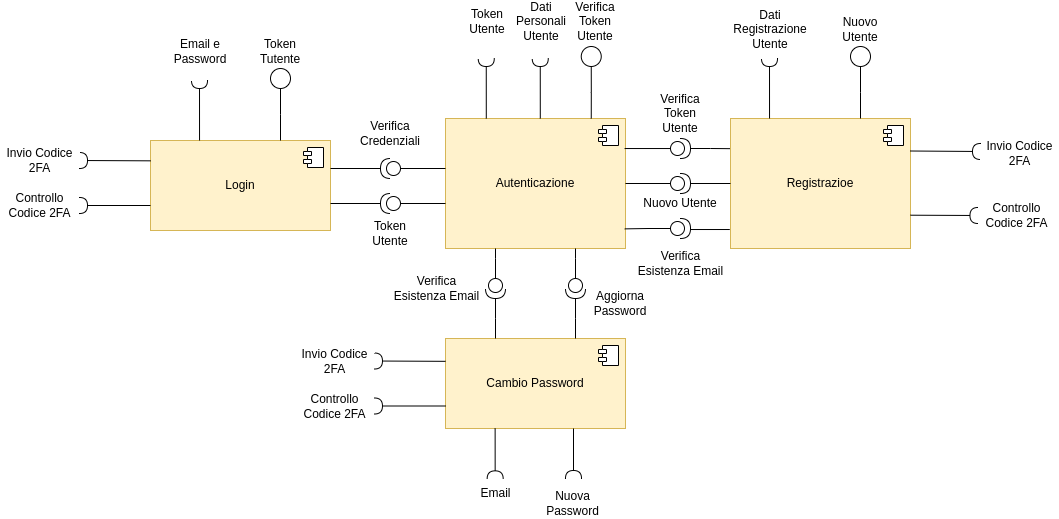
Earlier version of the draw.io export second-deliverable/images/autenticazione_diagramma_dei_componenti.png (IS-FixMi/Documentation-Source). Source tidied: cells renumbered, new cells last; positions are measured from the earlier drawing's top-left corner, leaving out a move shared by most shapes.
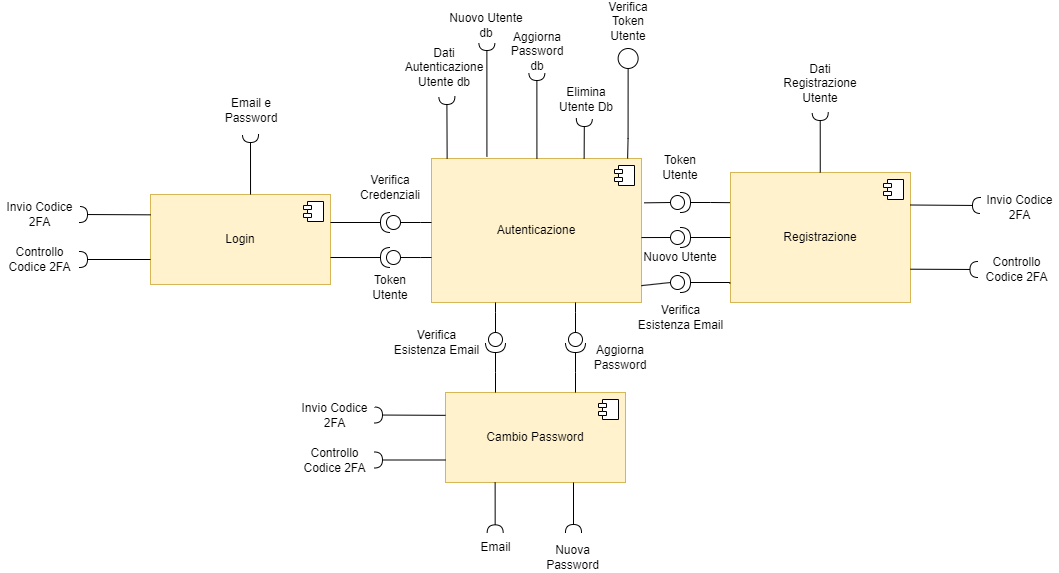
Later version of the same file.

Change to the diagram source:
```diff
@@ -3,7 +3,7 @@
     <mxCell id="0" />
     <mxCell id="1" parent="0" />
     <mxCell id="2" value="Autenticazione" style="html=1;whiteSpace=wrap;fillColor=#fff2cc;strokeColor=#d6b656;" parent="1" vertex="1">
-      <mxGeometry x="445" y="112" width="180" height="130" as="geometry" />
+      <mxGeometry x="431" y="98" width="210" height="144" as="geometry" />
     </mxCell>
     <mxCell id="3" style="shape=module;jettyWidth=8;jettyHeight=4;" parent="2" vertex="1">
       <mxGeometry x="1" width="20" height="20" relative="1" as="geometry">
@@ -26,7 +26,7 @@
         <mxPoint x="-27" y="7" as="offset" />
       </mxGeometry>
     </mxCell>
-    <mxCell id="8" value="Registrazioe" style="html=1;whiteSpace=wrap;fillColor=#fff2cc;strokeColor=#d6b656;" parent="1" vertex="1">
+    <mxCell id="8" value="Registrazione" style="html=1;whiteSpace=wrap;fillColor=#fff2cc;strokeColor=#d6b656;" parent="1" vertex="1">
       <mxGeometry x="730" y="112" width="180" height="130" as="geometry" />
     </mxCell>
     <mxCell id="9" style="shape=module;jettyWidth=8;jettyHeight=4;" parent="8" vertex="1">
@@ -37,39 +37,27 @@
     <mxCell id="10" style="ellipse;whiteSpace=wrap;html=1;align=center;fillColor=none;strokeColor=none;perimeter=centerPerimeter;" parent="1" vertex="1">
       <mxGeometry x="525.8" y="72" width="10" height="10" as="geometry" />
     </mxCell>
-    <mxCell id="11" style="rounded=0;orthogonalLoop=1;jettySize=auto;html=1;endArrow=halfCircle;endFill=0;endSize=6;strokeWidth=1;sketch=0;fontSize=12;curved=1;exitX=0.328;exitY=0;exitDx=0;exitDy=0;exitPerimeter=0;" parent="1" edge="1">
-      <mxGeometry relative="1" as="geometry">
-        <mxPoint x="485.8" y="112" as="sourcePoint" />
-        <mxPoint x="485.8" y="52" as="targetPoint" />
-      </mxGeometry>
-    </mxCell>
-    <mxCell id="12" value="Token Utente" style="text;html=1;strokeColor=none;fillColor=none;align=center;verticalAlign=middle;whiteSpace=wrap;rounded=0;" parent="1" vertex="1">
-      <mxGeometry x="456.8" width="60" height="30" as="geometry" />
-    </mxCell>
     <mxCell id="13" style="shape=providedRequiredInterface;html=1;verticalLabelPosition=bottom;sketch=0;" parent="1" vertex="1">
       <mxGeometry x="670" y="132" width="20" height="20" as="geometry" />
     </mxCell>
     <mxCell id="14" style="edgeStyle=orthogonalEdgeStyle;rounded=0;jettySize=auto;html=1;entryX=-0.003;entryY=0.232;entryDx=0;entryDy=0;endArrow=none;endFill=0;entryPerimeter=0;" parent="1" edge="1" source="13" target="8">
       <mxGeometry relative="1" as="geometry" />
     </mxCell>
-    <mxCell id="15" style="edgeStyle=orthogonalEdgeStyle;rounded=0;jettySize=auto;html=1;endArrow=none;endFill=0;entryX=0.995;entryY=0.231;entryDx=0;entryDy=0;entryPerimeter=0;" parent="1" edge="1" source="13" target="2">
-      <mxGeometry relative="1" as="geometry" />
-    </mxCell>
-    <mxCell id="16" value="Verifica Token Utente" style="text;html=1;strokeColor=none;fillColor=none;align=center;verticalAlign=middle;whiteSpace=wrap;rounded=0;" parent="1" vertex="1">
+    <mxCell id="16" value="Token Utente" style="text;html=1;strokeColor=none;fillColor=none;align=center;verticalAlign=middle;whiteSpace=wrap;rounded=0;" parent="1" vertex="1">
       <mxGeometry x="650" y="92" width="60" height="30" as="geometry" />
     </mxCell>
-    <mxCell id="17" style="rounded=0;orthogonalLoop=1;jettySize=auto;html=1;endArrow=halfCircle;endFill=0;endSize=6;strokeWidth=1;sketch=0;fontSize=12;curved=1;exitX=0.328;exitY=0;exitDx=0;exitDy=0;exitPerimeter=0;" parent="1" edge="1">
+    <mxCell id="17" style="rounded=0;orthogonalLoop=1;jettySize=auto;html=1;endArrow=halfCircle;endFill=0;endSize=6;strokeWidth=1;sketch=0;fontSize=12;curved=1;" parent="1" edge="1">
       <mxGeometry relative="1" as="geometry">
-        <mxPoint x="539.8" y="112" as="sourcePoint" />
-        <mxPoint x="539.8" y="52" as="targetPoint" />
+        <mxPoint x="446.6" y="98" as="sourcePoint" />
+        <mxPoint x="446.4" y="36" as="targetPoint" />
       </mxGeometry>
     </mxCell>
-    <mxCell id="18" value="Dati Personali Utente" style="text;html=1;strokeColor=none;fillColor=none;align=center;verticalAlign=middle;whiteSpace=wrap;rounded=0;" parent="1" vertex="1">
-      <mxGeometry x="510.8" width="60" height="30" as="geometry" />
+    <mxCell id="18" value="Dati&lt;br&gt;Autenticazione&lt;br&gt;Utente db" style="text;html=1;strokeColor=none;fillColor=none;align=center;verticalAlign=middle;whiteSpace=wrap;rounded=0;" parent="1" vertex="1">
+      <mxGeometry x="403.9" y="-12" width="80" height="38" as="geometry" />
     </mxCell>
     <mxCell id="19" style="edgeStyle=orthogonalEdgeStyle;rounded=0;jettySize=auto;html=1;endArrow=none;endFill=0;" parent="1" edge="1" source="21">
       <mxGeometry relative="1" as="geometry">
-        <mxPoint x="445" y="162" as="targetPoint" />
+        <mxPoint x="431" y="162" as="targetPoint" />
       </mxGeometry>
     </mxCell>
     <mxCell id="20" style="edgeStyle=orthogonalEdgeStyle;rounded=0;jettySize=auto;html=1;endArrow=none;endFill=0;" parent="1" edge="1" source="21">
@@ -92,9 +80,6 @@
     <mxCell id="25" style="edgeStyle=orthogonalEdgeStyle;rounded=0;jettySize=auto;html=1;entryX=0;entryY=0.5;entryDx=0;entryDy=0;endArrow=none;endFill=0;" parent="1" edge="1" source="23" target="8">
       <mxGeometry relative="1" as="geometry" />
     </mxCell>
-    <mxCell id="26" style="edgeStyle=orthogonalEdgeStyle;rounded=0;jettySize=auto;html=1;entryX=1;entryY=0.5;entryDx=0;entryDy=0;endArrow=none;endFill=0;" parent="1" edge="1" source="23" target="2">
-      <mxGeometry relative="1" as="geometry" />
-    </mxCell>
     <mxCell id="27" style="shape=providedRequiredInterface;html=1;verticalLabelPosition=bottom;sketch=0;" parent="1" vertex="1">
       <mxGeometry x="670" y="212" width="20" height="20" as="geometry" />
     </mxCell>
@@ -105,20 +90,17 @@
         </Array>
       </mxGeometry>
     </mxCell>
-    <mxCell id="29" style="edgeStyle=orthogonalEdgeStyle;rounded=0;jettySize=auto;html=1;entryX=0.996;entryY=0.849;entryDx=0;entryDy=0;entryPerimeter=0;endArrow=none;endFill=0;" parent="1" edge="1" source="27" target="2">
-      <mxGeometry relative="1" as="geometry" />
-    </mxCell>
     <mxCell id="30" value="Verifica Esistenza Email" style="text;html=1;strokeColor=none;fillColor=none;align=center;verticalAlign=middle;whiteSpace=wrap;rounded=0;" parent="1" vertex="1">
       <mxGeometry x="633.8" y="242" width="92.5" height="30" as="geometry" />
     </mxCell>
     <mxCell id="31" style="rounded=0;orthogonalLoop=1;jettySize=auto;html=1;endArrow=halfCircle;endFill=0;endSize=6;strokeWidth=1;sketch=0;fontSize=12;curved=1;exitX=0.328;exitY=0;exitDx=0;exitDy=0;exitPerimeter=0;" parent="1" edge="1">
       <mxGeometry relative="1" as="geometry">
-        <mxPoint x="199" y="134" as="sourcePoint" />
-        <mxPoint x="199" y="74" as="targetPoint" />
+        <mxPoint x="250" y="134" as="sourcePoint" />
+        <mxPoint x="250" y="74" as="targetPoint" />
       </mxGeometry>
     </mxCell>
     <mxCell id="32" value="Email e Password" style="text;html=1;strokeColor=none;fillColor=none;align=center;verticalAlign=middle;whiteSpace=wrap;rounded=0;" parent="1" vertex="1">
-      <mxGeometry x="170" y="30" width="60" height="30" as="geometry" />
+      <mxGeometry x="221" y="35" width="60" height="30" as="geometry" />
     </mxCell>
     <mxCell id="33" style="rounded=0;orthogonalLoop=1;jettySize=auto;html=1;endArrow=halfCircle;endFill=0;endSize=6;strokeWidth=1;sketch=0;fontSize=12;curved=1;exitX=0.006;exitY=0.337;exitDx=0;exitDy=0;exitPerimeter=0;" parent="1" edge="1">
       <mxGeometry relative="1" as="geometry">
@@ -212,27 +194,16 @@
     </mxCell>
     <mxCell id="54" style="rounded=0;orthogonalLoop=1;jettySize=auto;html=1;endArrow=halfCircle;endFill=0;endSize=6;strokeWidth=1;sketch=0;fontSize=12;curved=1;exitX=0.328;exitY=0;exitDx=0;exitDy=0;exitPerimeter=0;" parent="1" edge="1">
       <mxGeometry relative="1" as="geometry">
-        <mxPoint x="769" y="112" as="sourcePoint" />
-        <mxPoint x="769" y="52" as="targetPoint" />
+        <mxPoint x="819.8" y="112" as="sourcePoint" />
+        <mxPoint x="819.7" y="52" as="targetPoint" />
       </mxGeometry>
     </mxCell>
     <mxCell id="55" value="Dati Registrazione Utente" style="text;html=1;strokeColor=none;fillColor=none;align=center;verticalAlign=middle;whiteSpace=wrap;rounded=0;" parent="1" vertex="1">
-      <mxGeometry x="740" y="8" width="60" height="30" as="geometry" />
+      <mxGeometry x="790" y="8" width="60" height="30" as="geometry" />
     </mxCell>
-    <mxCell id="56" style="ellipse;whiteSpace=wrap;html=1;" parent="1" vertex="1">
-      <mxGeometry x="850" y="40" width="20" height="20" as="geometry" />
-    </mxCell>
-    <mxCell id="57" style="edgeStyle=orthogonalEdgeStyle;rounded=0;jettySize=auto;html=1;endArrow=none;endFill=0;" parent="1" edge="1" source="56">
-      <mxGeometry relative="1" as="geometry">
-        <mxPoint x="860" y="112" as="targetPoint" />
-      </mxGeometry>
-    </mxCell>
-    <mxCell id="58" value="Nuovo Utente" style="text;html=1;strokeColor=none;fillColor=none;align=center;verticalAlign=middle;whiteSpace=wrap;rounded=0;" parent="1" vertex="1">
-      <mxGeometry x="830" y="8" width="60" height="30" as="geometry" />
-    </mxCell>
     <mxCell id="59" style="edgeStyle=orthogonalEdgeStyle;rounded=0;jettySize=auto;html=1;endArrow=none;endFill=0;" parent="1" edge="1" source="61">
       <mxGeometry relative="1" as="geometry">
-        <mxPoint x="445" y="197" as="targetPoint" />
+        <mxPoint x="431" y="197" as="targetPoint" />
       </mxGeometry>
     </mxCell>
     <mxCell id="60" style="edgeStyle=orthogonalEdgeStyle;rounded=0;jettySize=auto;html=1;endArrow=none;endFill=0;" parent="1" edge="1" source="61">
@@ -246,17 +217,6 @@
     <mxCell id="62" value="Token Utente" style="text;html=1;strokeColor=none;fillColor=none;align=center;verticalAlign=middle;whiteSpace=wrap;rounded=0;" parent="1" vertex="1">
       <mxGeometry x="360" y="212" width="60" height="30" as="geometry" />
     </mxCell>
-    <mxCell id="63" style="ellipse;whiteSpace=wrap;html=1;" parent="1" vertex="1">
-      <mxGeometry x="270" y="62" width="20" height="20" as="geometry" />
-    </mxCell>
-    <mxCell id="64" style="edgeStyle=orthogonalEdgeStyle;rounded=0;jettySize=auto;html=1;endArrow=none;endFill=0;" parent="1" edge="1" source="63">
-      <mxGeometry relative="1" as="geometry">
-        <mxPoint x="280" y="134" as="targetPoint" />
-      </mxGeometry>
-    </mxCell>
-    <mxCell id="65" value="Token Tutente" style="text;html=1;strokeColor=none;fillColor=none;align=center;verticalAlign=middle;whiteSpace=wrap;rounded=0;" parent="1" vertex="1">
-      <mxGeometry x="250" y="30" width="60" height="30" as="geometry" />
-    </mxCell>
     <mxCell id="66" style="edgeStyle=orthogonalEdgeStyle;rounded=0;jettySize=auto;html=1;entryX=0.5;entryY=0;entryDx=0;entryDy=0;endArrow=none;endFill=0;" parent="1" edge="1" source="68">
       <mxGeometry relative="1" as="geometry">
         <mxPoint x="575" y="332" as="targetPoint" />
@@ -274,15 +234,55 @@
       <mxGeometry x="585" y="282" width="70" height="30" as="geometry" />
     </mxCell>
     <mxCell id="70" style="ellipse;whiteSpace=wrap;html=1;" parent="1" vertex="1">
-      <mxGeometry x="580.8" y="40" width="20" height="20" as="geometry" />
+      <mxGeometry x="617.6" y="-12" width="20" height="20" as="geometry" />
     </mxCell>
     <mxCell id="71" style="edgeStyle=orthogonalEdgeStyle;rounded=0;jettySize=auto;html=1;endArrow=none;endFill=0;" parent="1" edge="1" source="70">
       <mxGeometry relative="1" as="geometry">
-        <mxPoint x="590.8" y="112" as="targetPoint" />
+        <mxPoint x="627.1" y="98" as="targetPoint" />
+        <Array as="points">
+          <mxPoint x="627.6" y="78" />
+          <mxPoint x="626.6" y="78" />
+        </Array>
       </mxGeometry>
     </mxCell>
     <mxCell id="72" value="Verifica Token Utente" style="text;html=1;strokeColor=none;fillColor=none;align=center;verticalAlign=middle;whiteSpace=wrap;rounded=0;" parent="1" vertex="1">
-      <mxGeometry x="565" width="60" height="30" as="geometry" />
+      <mxGeometry x="597.6" y="-54" width="60" height="30" as="geometry" />
     </mxCell>
+    <mxCell id="73" style="rounded=0;orthogonalLoop=1;jettySize=auto;html=1;endArrow=halfCircle;endFill=0;endSize=6;strokeWidth=1;sketch=0;fontSize=12;curved=1;exitX=0.328;exitY=0;exitDx=0;exitDy=0;exitPerimeter=0;" parent="1" edge="1">
+      <mxGeometry relative="1" as="geometry">
+        <mxPoint x="486.4" y="96" as="sourcePoint" />
+        <mxPoint x="486.4" y="-18" as="targetPoint" />
+      </mxGeometry>
+    </mxCell>
+    <mxCell id="74" value="Nuovo Utente db" style="text;html=1;strokeColor=none;fillColor=none;align=center;verticalAlign=middle;whiteSpace=wrap;rounded=0;" parent="1" vertex="1">
+      <mxGeometry x="446.4" y="-54" width="80" height="38" as="geometry" />
+    </mxCell>
+    <mxCell id="75" style="rounded=0;orthogonalLoop=1;jettySize=auto;html=1;endArrow=halfCircle;endFill=0;endSize=6;strokeWidth=1;sketch=0;fontSize=12;curved=1;exitX=0.328;exitY=0;exitDx=0;exitDy=0;exitPerimeter=0;" parent="1" edge="1">
+      <mxGeometry relative="1" as="geometry">
+        <mxPoint x="536.4" y="98" as="sourcePoint" />
+        <mxPoint x="536.4" y="12" as="targetPoint" />
+      </mxGeometry>
+    </mxCell>
+    <mxCell id="76" value="Aggiorna&lt;br&gt;Password&lt;br&gt;db" style="text;html=1;strokeColor=none;fillColor=none;align=center;verticalAlign=middle;whiteSpace=wrap;rounded=0;" parent="1" vertex="1">
+      <mxGeometry x="497.4" y="-28" width="80" height="38" as="geometry" />
+    </mxCell>
+    <mxCell id="15" style="endArrow=none;html=1;rounded=0;exitX=0;exitY=0.5;exitDx=0;exitDy=0;exitPerimeter=0;entryX=1.012;entryY=0.308;entryDx=0;entryDy=0;entryPerimeter=0;" parent="1" edge="1" source="13" target="2">
+      <mxGeometry relative="1" as="geometry" />
+    </mxCell>
+    <mxCell id="26" style="endArrow=none;html=1;rounded=0;exitX=0;exitY=0.5;exitDx=0;exitDy=0;exitPerimeter=0;entryX=1;entryY=0.549;entryDx=0;entryDy=0;entryPerimeter=0;" parent="1" edge="1" source="23" target="2">
+      <mxGeometry relative="1" as="geometry" />
+    </mxCell>
+    <mxCell id="77" style="endArrow=none;html=1;rounded=0;entryX=0;entryY=0.5;entryDx=0;entryDy=0;entryPerimeter=0;exitX=0.999;exitY=0.883;exitDx=0;exitDy=0;exitPerimeter=0;" parent="1" edge="1" source="2" target="27">
+      <mxGeometry relative="1" as="geometry" />
+    </mxCell>
+    <mxCell id="78" style="rounded=0;orthogonalLoop=1;jettySize=auto;html=1;endArrow=halfCircle;endFill=0;endSize=6;strokeWidth=1;sketch=0;fontSize=12;curved=1;exitX=0.328;exitY=0;exitDx=0;exitDy=0;exitPerimeter=0;" parent="1" edge="1">
+      <mxGeometry relative="1" as="geometry">
+        <mxPoint x="583.6" y="98" as="sourcePoint" />
+        <mxPoint x="583.8" y="58" as="targetPoint" />
+      </mxGeometry>
+    </mxCell>
+    <mxCell id="79" value="Elimina Utente Db" style="text;html=1;strokeColor=none;fillColor=none;align=center;verticalAlign=middle;whiteSpace=wrap;rounded=0;" parent="1" vertex="1">
+      <mxGeometry x="546.4" y="20" width="80" height="38" as="geometry" />
+    </mxCell>
   </root>
 </mxGraphModel>
```
